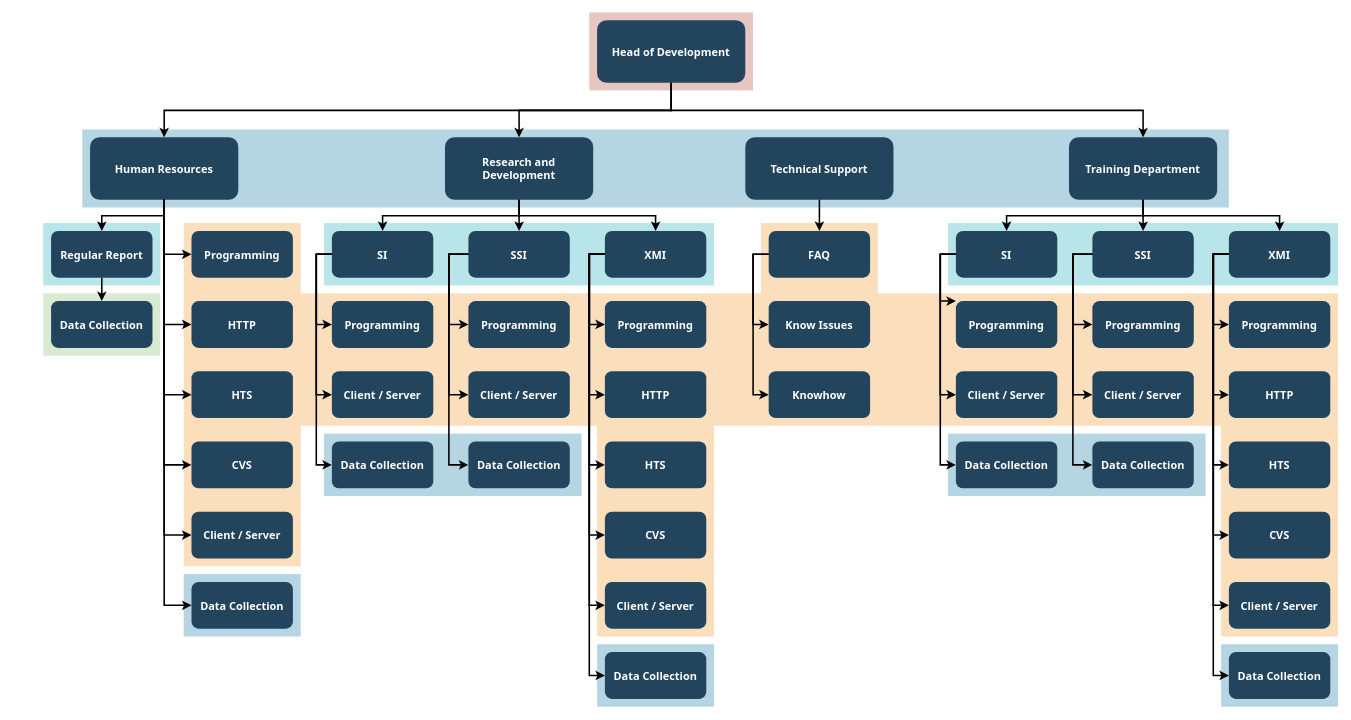
Earlier version of the draw.io diagram Untitled Diagram.drawio (LeahGly/hello-word). Source tidied: cells renumbered, new cells numbered last; positions are measured from the earlier drawing's top-left corner, leaving out a move shared by most shapes. Both pictures are drawn from the tidied source at 78%, with x=0, y=0 at pixel (43, 12).
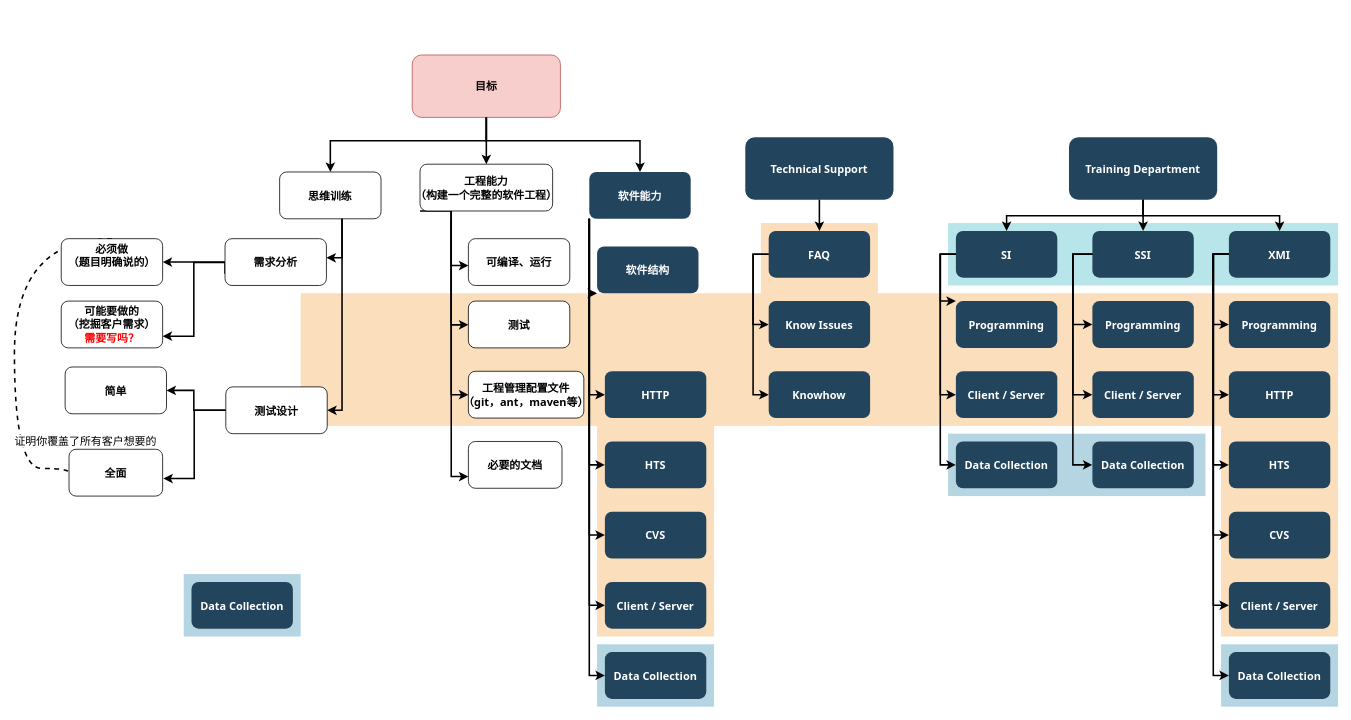
The same diagram, later.

The change refers to these unchanged cells:
```xml
<mxCell id="19" value="Training Department" style="rounded=1;fillColor=#23445D;gradientColor=none;strokeColor=none;fontColor=#FFFFFF;fontStyle=1;fontFamily=Tahoma;fontSize=14;" parent="1" vertex="1">
  <mxGeometry x="1315" y="159.5" width="190" height="80" as="geometry" />
</mxCell>
<mxCell id="31" value="Data Collection" style="rounded=1;fillColor=#23445D;gradientColor=none;strokeColor=none;fontColor=#FFFFFF;fontStyle=1;fontFamily=Tahoma;fontSize=14;" parent="1" vertex="1">
  <mxGeometry x="190" y="729.5" width="130" height="60" as="geometry" />
</mxCell>
```

The edit, as a diff of the source:
```diff
@@
-    <mxCell id="2" style="fillColor=#AE4132;strokeColor=none;opacity=30;" parent="1" vertex="1">
-      <mxGeometry x="700" y="-0.5" width="210" height="100" as="geometry" />
-    </mxCell>
-    <mxCell id="3" style="fillColor=#10739E;strokeColor=none;opacity=30;" parent="1" vertex="1">
-      <mxGeometry x="50" y="149.5" width="1470" height="100" as="geometry" />
-    </mxCell>
@@
-    <mxCell id="7" style="fillColor=#F2931E;strokeColor=none;opacity=30;" parent="1" vertex="1">
-      <mxGeometry x="180" y="269.5" width="150" height="440" as="geometry" />
-    </mxCell>
@@
-    <mxCell id="12" style="fillColor=#10739E;strokeColor=none;opacity=30;" parent="1" vertex="1">
-      <mxGeometry x="360" y="539.5" width="330" height="80" as="geometry" />
-    </mxCell>
@@
-    <mxCell id="14" style="fillColor=#D9EAD3;strokeColor=none;" parent="1" vertex="1">
-      <mxGeometry y="359.5" width="150" height="80" as="geometry" />
-    </mxCell>
@@
-    <mxCell id="16" style="fillColor=#12AAB5;strokeColor=none;opacity=30;" parent="1" vertex="1">
-      <mxGeometry x="360" y="269.5" width="500" height="80" as="geometry" />
-    </mxCell>
-    <mxCell id="17" style="fillColor=#12AAB5;strokeColor=none;opacity=30;" parent="1" vertex="1">
-      <mxGeometry y="269.5" width="150" height="80" as="geometry" />
-    </mxCell>
-    <mxCell id="18" value="Head of Development" style="rounded=1;fillColor=#23445D;gradientColor=none;strokeColor=none;fontColor=#FFFFFF;fontStyle=1;fontFamily=Tahoma;fontSize=14;" parent="1" vertex="1">
-      <mxGeometry x="710" y="9.5" width="190" height="80" as="geometry" />
-    </mxCell>
@@
-    <mxCell id="20" style="edgeStyle=elbowEdgeStyle;elbow=vertical;strokeWidth=2;rounded=0;" parent="1" edge="1" source="18" target="19">
-      <mxGeometry x="337" y="215.5" as="geometry" />
-    </mxCell>
@@
-    <mxCell id="22" value="Research and &#10;Development" style="rounded=1;fillColor=#23445D;gradientColor=none;strokeColor=none;fontColor=#FFFFFF;fontStyle=1;fontFamily=Tahoma;fontSize=14;" parent="1" vertex="1">
-      <mxGeometry x="515" y="159.5" width="190" height="80" as="geometry" />
+    <mxCell id="22" value="目标" style="rounded=1;fillColor=#f8cecc;strokeColor=#b85450;fontStyle=1;fontFamily=Tahoma;fontSize=14;" parent="1" vertex="1">
+      <mxGeometry x="473" y="54" width="190" height="80" as="geometry" />
     </mxCell>
-    <mxCell id="23" value="Human Resources" style="rounded=1;fillColor=#23445D;gradientColor=none;strokeColor=none;fontColor=#FFFFFF;fontStyle=1;fontFamily=Tahoma;fontSize=14;" parent="1" vertex="1">
-      <mxGeometry x="60" y="159.5" width="190" height="80" as="geometry" />
-    </mxCell>
-    <mxCell id="24" value="Regular Report" style="rounded=1;fillColor=#23445D;gradientColor=none;strokeColor=none;fontColor=#FFFFFF;fontStyle=1;fontFamily=Tahoma;fontSize=14;" parent="1" vertex="1">
-      <mxGeometry x="10" y="279.5" width="130" height="60" as="geometry" />
-    </mxCell>
-    <mxCell id="25" value="Data Collection" style="rounded=1;fillColor=#23445D;gradientColor=none;strokeColor=none;fontColor=#FFFFFF;fontStyle=1;fontFamily=Tahoma;fontSize=14;" parent="1" vertex="1">
-      <mxGeometry x="10" y="369.5" width="130" height="60" as="geometry" />
-    </mxCell>
-    <mxCell id="26" value="Programming" style="rounded=1;fillColor=#23445D;gradientColor=none;strokeColor=none;fontColor=#FFFFFF;fontStyle=1;fontFamily=Tahoma;fontSize=14;" parent="1" vertex="1">
-      <mxGeometry x="190" y="279.5" width="130" height="60" as="geometry" />
-    </mxCell>
-    <mxCell id="27" value="HTTP" style="rounded=1;fillColor=#23445D;gradientColor=none;strokeColor=none;fontColor=#FFFFFF;fontStyle=1;fontFamily=Tahoma;fontSize=14;" parent="1" vertex="1">
-      <mxGeometry x="190" y="369.5" width="130" height="60" as="geometry" />
-    </mxCell>
-    <mxCell id="28" value="HTS" style="rounded=1;fillColor=#23445D;gradientColor=none;strokeColor=none;fontColor=#FFFFFF;fontStyle=1;fontFamily=Tahoma;fontSize=14;" parent="1" vertex="1">
-      <mxGeometry x="190" y="459.5" width="130" height="60" as="geometry" />
-    </mxCell>
-    <mxCell id="29" value="CVS" style="rounded=1;fillColor=#23445D;gradientColor=none;strokeColor=none;fontColor=#FFFFFF;fontStyle=1;fontFamily=Tahoma;fontSize=14;" parent="1" vertex="1">
-      <mxGeometry x="190" y="549.5" width="130" height="60" as="geometry" />
-    </mxCell>
-    <mxCell id="30" value="Client / Server" style="rounded=1;fillColor=#23445D;gradientColor=none;strokeColor=none;fontColor=#FFFFFF;fontStyle=1;fontFamily=Tahoma;fontSize=14;" parent="1" vertex="1">
-      <mxGeometry x="190" y="639.5" width="130" height="60" as="geometry" />
-    </mxCell>
@@
-    <mxCell id="32" value="SI" style="rounded=1;fillColor=#23445D;gradientColor=none;strokeColor=none;fontColor=#FFFFFF;fontStyle=1;fontFamily=Tahoma;fontSize=14;" parent="1" vertex="1">
-      <mxGeometry x="370" y="279.5" width="130" height="60" as="geometry" />
+    <mxCell id="32" value="思维训练" style="rounded=1;fontStyle=1;fontFamily=Tahoma;fontSize=14;" parent="1" vertex="1">
+      <mxGeometry x="303" y="204" width="130" height="60" as="geometry" />
     </mxCell>
+    <mxCell id="108" style="edgeStyle=orthogonalEdgeStyle;rounded=0;jettySize=auto;html=1;fontSize=12;fontColor=#FF0000;strokeWidth=2;" parent="1" edge="1" source="33" target="115">
+      <mxGeometry relative="1" as="geometry" />
+    </mxCell>
+    <mxCell id="109" style="edgeStyle=orthogonalEdgeStyle;rounded=0;jettySize=auto;html=1;exitX=0;exitY=0.75;exitDx=0;exitDy=0;entryX=1;entryY=0.75;entryDx=0;entryDy=0;fontSize=14;fontColor=#000000;strokeWidth=2;" parent="1" edge="1" source="33" target="116">
+      <mxGeometry relative="1" as="geometry">
+        <Array as="points">
+          <mxPoint x="233" y="320" />
+          <mxPoint x="193" y="320" />
+          <mxPoint x="193" y="415" />
+        </Array>
+      </mxGeometry>
+    </mxCell>
-    <mxCell id="33" value="Programming" style="rounded=1;fillColor=#23445D;gradientColor=none;strokeColor=none;fontColor=#FFFFFF;fontStyle=1;fontFamily=Tahoma;fontSize=14;" parent="1" vertex="1">
-      <mxGeometry x="370" y="369.5" width="130" height="60" as="geometry" />
+    <mxCell id="33" value="需求分析" style="rounded=1;fontStyle=1;fontFamily=Tahoma;fontSize=14;" parent="1" vertex="1">
+      <mxGeometry x="233" y="289.5" width="130" height="60" as="geometry" />
     </mxCell>
+    <mxCell id="110" style="edgeStyle=orthogonalEdgeStyle;rounded=0;jettySize=auto;html=1;fontSize=14;fontColor=#FF0000;strokeWidth=2;" parent="1" edge="1" source="34" target="117">
+      <mxGeometry relative="1" as="geometry">
+        <Array as="points">
+          <mxPoint x="193" y="510" />
+          <mxPoint x="193" y="484" />
+        </Array>
+      </mxGeometry>
+    </mxCell>
+    <mxCell id="111" style="edgeStyle=orthogonalEdgeStyle;rounded=0;jettySize=auto;html=1;exitX=0;exitY=0.5;exitDx=0;exitDy=0;entryX=1.008;entryY=0.625;entryDx=0;entryDy=0;entryPerimeter=0;fontSize=14;fontColor=#000000;strokeWidth=2;" parent="1" edge="1" source="34" target="118">
+      <mxGeometry relative="1" as="geometry" />
+    </mxCell>
-    <mxCell id="34" value="Client / Server" style="rounded=1;fillColor=#23445D;gradientColor=none;strokeColor=none;fontColor=#FFFFFF;fontStyle=1;fontFamily=Tahoma;fontSize=14;" parent="1" vertex="1">
-      <mxGeometry x="370" y="459.5" width="130" height="60" as="geometry" />
+    <mxCell id="34" value="测试设计" style="rounded=1;fontStyle=1;fontFamily=Tahoma;fontSize=14;" parent="1" vertex="1">
+      <mxGeometry x="234" y="479.5" width="130" height="60" as="geometry" />
     </mxCell>
-    <mxCell id="35" value="Data Collection" style="rounded=1;fillColor=#23445D;gradientColor=none;strokeColor=none;fontColor=#FFFFFF;fontStyle=1;fontFamily=Tahoma;fontSize=14;" parent="1" vertex="1">
-      <mxGeometry x="370" y="549.5" width="130" height="60" as="geometry" />
-    </mxCell>
+    <mxCell id="112" style="edgeStyle=orthogonalEdgeStyle;rounded=0;jettySize=auto;html=1;exitX=0;exitY=1;exitDx=0;exitDy=0;entryX=0;entryY=0.75;entryDx=0;entryDy=0;fontSize=14;fontColor=#000000;strokeWidth=2;" parent="1" edge="1" source="36" target="119">
+      <mxGeometry relative="1" as="geometry">
+        <Array as="points">
+          <mxPoint x="523" y="254" />
+          <mxPoint x="523" y="595" />
+        </Array>
+      </mxGeometry>
+    </mxCell>
-    <mxCell id="36" value="SSI" style="rounded=1;fillColor=#23445D;gradientColor=none;strokeColor=none;fontColor=#FFFFFF;fontStyle=1;fontFamily=Tahoma;fontSize=14;" parent="1" vertex="1">
-      <mxGeometry x="545" y="279.5" width="130" height="60" as="geometry" />
+    <mxCell id="36" value="工程能力&#10;（构建一个完整的软件工程）" style="rounded=1;fontStyle=1;fontFamily=Tahoma;fontSize=14;" parent="1" vertex="1">
+      <mxGeometry x="483" y="194" width="170" height="60" as="geometry" />
     </mxCell>
-    <mxCell id="37" value="Programming" style="rounded=1;fillColor=#23445D;gradientColor=none;strokeColor=none;fontColor=#FFFFFF;fontStyle=1;fontFamily=Tahoma;fontSize=14;" parent="1" vertex="1">
+    <mxCell id="37" value="测试" style="rounded=1;fontStyle=1;fontFamily=Tahoma;fontSize=14;" parent="1" vertex="1">
       <mxGeometry x="545" y="369.5" width="130" height="60" as="geometry" />
     </mxCell>
-    <mxCell id="38" value="Client / Server" style="rounded=1;fillColor=#23445D;gradientColor=none;strokeColor=none;fontColor=#FFFFFF;fontStyle=1;fontFamily=Tahoma;fontSize=14;" parent="1" vertex="1">
-      <mxGeometry x="545" y="459.5" width="130" height="60" as="geometry" />
+    <mxCell id="38" value="工程管理配置文件&#10;（git，ant，maven等）" style="rounded=1;fontStyle=1;fontFamily=Tahoma;fontSize=14;" parent="1" vertex="1">
+      <mxGeometry x="545" y="459.5" width="148" height="60" as="geometry" />
     </mxCell>
-    <mxCell id="39" value="Data Collection" style="rounded=1;fillColor=#23445D;gradientColor=none;strokeColor=none;fontColor=#FFFFFF;fontStyle=1;fontFamily=Tahoma;fontSize=14;" parent="1" vertex="1">
-      <mxGeometry x="545" y="549.5" width="130" height="60" as="geometry" />
+    <mxCell id="39" value="可编译、运行" style="rounded=1;fontStyle=1;fontFamily=Tahoma;fontSize=14;" parent="1" vertex="1">
+      <mxGeometry x="545" y="289.5" width="130" height="60" as="geometry" />
     </mxCell>
-    <mxCell id="40" value="XMI" style="rounded=1;fillColor=#23445D;gradientColor=none;strokeColor=none;fontColor=#FFFFFF;fontStyle=1;fontFamily=Tahoma;fontSize=14;" parent="1" vertex="1">
-      <mxGeometry x="720" y="279.5" width="130" height="60" as="geometry" />
+    <mxCell id="40" value="软件能力" style="rounded=1;fillColor=#23445D;gradientColor=none;strokeColor=none;fontColor=#FFFFFF;fontStyle=1;fontFamily=Tahoma;fontSize=14;" parent="1" vertex="1">
+      <mxGeometry x="700" y="204" width="130" height="60" as="geometry" />
     </mxCell>
-    <mxCell id="41" value="Programming" style="rounded=1;fillColor=#23445D;gradientColor=none;strokeColor=none;fontColor=#FFFFFF;fontStyle=1;fontFamily=Tahoma;fontSize=14;" parent="1" vertex="1">
-      <mxGeometry x="720" y="369.5" width="130" height="60" as="geometry" />
+    <mxCell id="41" value="软件结构" style="rounded=1;fillColor=#23445D;gradientColor=none;strokeColor=none;fontColor=#FFFFFF;fontStyle=1;fontFamily=Tahoma;fontSize=14;" parent="1" vertex="1">
+      <mxGeometry x="710" y="299.5" width="130" height="60" as="geometry" />
     </mxCell>
@@
-    <mxCell id="65" style="edgeStyle=elbowEdgeStyle;elbow=vertical;strokeWidth=2;rounded=0;" parent="1" edge="1" source="18" target="22">
-      <mxGeometry x="347" y="225.5" as="geometry" />
-    </mxCell>
-    <mxCell id="66" style="edgeStyle=elbowEdgeStyle;elbow=vertical;strokeWidth=2;rounded=0;" parent="1" edge="1" source="18" target="23">
-      <mxGeometry x="-23" y="135.5" as="geometry" />
-    </mxCell>
-    <mxCell id="67" style="edgeStyle=elbowEdgeStyle;elbow=vertical;strokeWidth=2;rounded=0;" parent="1" edge="1" source="23" target="24">
-      <mxGeometry x="-23" y="135.5" as="geometry" />
-    </mxCell>
-    <mxCell id="68" style="edgeStyle=elbowEdgeStyle;elbow=horizontal;strokeWidth=2;rounded=0;" parent="1" edge="1" source="23" target="26">
-      <mxGeometry x="-23" y="135.5" as="geometry">
-        <Array as="points">
-          <mxPoint x="155" y="259.5" />
-        </Array>
-      </mxGeometry>
-    </mxCell>
-    <mxCell id="69" style="edgeStyle=elbowEdgeStyle;elbow=horizontal;strokeWidth=2;rounded=0;" parent="1" edge="1" source="23" target="27">
-      <mxGeometry x="-23" y="135.5" as="geometry">
-        <Array as="points">
-          <mxPoint x="155" y="299.5" />
-        </Array>
-      </mxGeometry>
-    </mxCell>
-    <mxCell id="70" style="edgeStyle=elbowEdgeStyle;elbow=horizontal;strokeWidth=2;rounded=0;" parent="1" edge="1" source="23" target="28">
-      <mxGeometry x="-23" y="135.5" as="geometry">
-        <Array as="points">
-          <mxPoint x="155" y="349.5" />
-        </Array>
-      </mxGeometry>
-    </mxCell>
-    <mxCell id="71" style="edgeStyle=elbowEdgeStyle;elbow=horizontal;strokeWidth=2;rounded=0;" parent="1" edge="1" source="23" target="29">
-      <mxGeometry x="-23" y="135.5" as="geometry">
-        <Array as="points">
-          <mxPoint x="155" y="399.5" />
-        </Array>
-      </mxGeometry>
-    </mxCell>
-    <mxCell id="72" style="edgeStyle=elbowEdgeStyle;elbow=horizontal;strokeWidth=2;rounded=0;" parent="1" edge="1" source="23" target="30">
-      <mxGeometry x="-23" y="135.5" as="geometry">
-        <Array as="points">
-          <mxPoint x="155" y="439.5" />
-        </Array>
-      </mxGeometry>
-    </mxCell>
-    <mxCell id="73" style="edgeStyle=elbowEdgeStyle;elbow=horizontal;strokeWidth=2;rounded=0;" parent="1" edge="1" source="23" target="31">
-      <mxGeometry x="-23" y="135.5" as="geometry">
-        <Array as="points">
-          <mxPoint x="155" y="489.5" />
-        </Array>
-      </mxGeometry>
-    </mxCell>
     <mxCell id="74" style="edgeStyle=elbowEdgeStyle;elbow=horizontal;strokeWidth=2;rounded=0;" parent="1" edge="1" source="32" target="33">
       <mxGeometry x="-23" y="135.5" as="geometry">
         <Array as="points">
+          <mxPoint x="383" y="314" />
           <mxPoint x="350" y="359.5" />
         </Array>
       </mxGeometry>
     </mxCell>
     <mxCell id="75" style="edgeStyle=elbowEdgeStyle;elbow=horizontal;strokeWidth=2;rounded=0;" parent="1" edge="1" source="32" target="34">
       <mxGeometry x="-23" y="135.5" as="geometry">
         <Array as="points">
+          <mxPoint x="383" y="294" />
+          <mxPoint x="333" y="334" />
           <mxPoint x="350" y="399.5" />
         </Array>
       </mxGeometry>
     </mxCell>
-    <mxCell id="76" style="edgeStyle=elbowEdgeStyle;elbow=horizontal;strokeWidth=2;rounded=0;" parent="1" edge="1" source="32" target="35">
-      <mxGeometry x="-23" y="135.5" as="geometry">
-        <Array as="points">
-          <mxPoint x="350" y="439.5" />
-        </Array>
-      </mxGeometry>
-    </mxCell>
     <mxCell id="77" style="edgeStyle=elbowEdgeStyle;elbow=horizontal;strokeWidth=2;rounded=0;" parent="1" edge="1" source="36" target="37">
       <mxGeometry x="-23" y="135.5" as="geometry">
         <Array as="points">
-          <mxPoint x="520" y="359.5" />
+          <mxPoint x="523" y="400" />
         </Array>
       </mxGeometry>
     </mxCell>
     <mxCell id="78" style="edgeStyle=elbowEdgeStyle;elbow=horizontal;strokeWidth=2;rounded=0;" parent="1" edge="1" source="36" target="38">
       <mxGeometry x="-23" y="135.5" as="geometry">
         <Array as="points">
+          <mxPoint x="523" y="434" />
           <mxPoint x="520" y="399.5" />
         </Array>
       </mxGeometry>
     </mxCell>
-    <mxCell id="79" style="edgeStyle=elbowEdgeStyle;elbow=horizontal;strokeWidth=2;rounded=0;" parent="1" edge="1" source="36" target="39">
+    <mxCell id="79" style="edgeStyle=elbowEdgeStyle;elbow=horizontal;strokeWidth=2;rounded=0;" parent="1" edge="1" target="39">
       <mxGeometry x="-23" y="135.5" as="geometry">
+        <mxPoint x="523" y="264" as="sourcePoint" />
         <Array as="points">
+          <mxPoint x="523" y="324" />
+          <mxPoint x="523" y="284" />
           <mxPoint x="520" y="439.5" />
         </Array>
       </mxGeometry>
     </mxCell>
@@
     <mxCell id="100" style="edgeStyle=elbowEdgeStyle;elbow=vertical;strokeWidth=2;rounded=0;" parent="1" edge="1" source="22" target="32">
-      <mxGeometry x="-23" y="135.5" as="geometry" />
+      <mxGeometry x="-23" y="135.5" as="geometry">
+        <Array as="points">
+          <mxPoint x="568" y="164" />
+        </Array>
+      </mxGeometry>
     </mxCell>
     <mxCell id="101" style="edgeStyle=elbowEdgeStyle;elbow=vertical;strokeWidth=2;rounded=0;" parent="1" edge="1" source="22" target="36">
-      <mxGeometry x="-23" y="135.5" as="geometry" />
+      <mxGeometry x="-23" y="135.5" as="geometry">
+        <Array as="points">
+          <mxPoint x="568" y="234" />
+        </Array>
+      </mxGeometry>
     </mxCell>
     <mxCell id="102" style="edgeStyle=elbowEdgeStyle;elbow=vertical;strokeWidth=2;rounded=0;" parent="1" edge="1" source="22" target="40">
-      <mxGeometry x="-23" y="135.5" as="geometry" />
+      <mxGeometry x="-23" y="135.5" as="geometry">
+        <Array as="points">
+          <mxPoint x="673" y="164" />
+        </Array>
+      </mxGeometry>
     </mxCell>
@@
-    <mxCell id="107" style="edgeStyle=elbowEdgeStyle;elbow=vertical;rounded=0;strokeWidth=2;" parent="1" edge="1" source="24" target="25">
-      <mxGeometry x="-23" y="135.5" as="geometry" />
-    </mxCell>
+    <mxCell id="113" style="edgeStyle=orthogonalEdgeStyle;jettySize=auto;html=1;exitX=0.5;exitY=0;exitDx=0;exitDy=0;fontSize=14;fontColor=#000000;strokeWidth=2;endArrow=none;endFill=0;dashed=1;curved=1;entryX=0;entryY=0.5;entryDx=0;entryDy=0;" parent="1" edge="1" source="115" target="118">
+      <mxGeometry relative="1" as="geometry">
+        <Array as="points">
+          <mxPoint x="-37" y="290" />
+          <mxPoint x="-37" y="584" />
+          <mxPoint x="33" y="584" />
+        </Array>
+      </mxGeometry>
+    </mxCell>
+    <mxCell id="114" value="证明你覆盖了所有客户想要的&lt;br&gt;" style="edgeLabel;html=1;align=center;verticalAlign=middle;fontSize=14;fontColor=#000000;" parent="113" vertex="1">
+      <mxGeometry x="-0.24" y="11" relative="1" as="geometry">
+        <mxPoint x="79" y="196" as="offset" />
+      </mxGeometry>
+    </mxCell>
+    <mxCell id="115" value="必须做&#10;（题目明确说的）&#10;" style="rounded=1;fontStyle=1;fontFamily=Tahoma;fontSize=14;" parent="1" vertex="1">
+      <mxGeometry x="23" y="289.5" width="130" height="60" as="geometry" />
+    </mxCell>
+    <mxCell id="116" value="可能要做的&lt;br&gt;（挖掘客户需求）&lt;br&gt;&lt;font color=&quot;#ff0000&quot;&gt;需要写吗？&lt;/font&gt;" style="rounded=1;whiteSpace=wrap;html=1;fontSize=14;fontColor=default;fontStyle=1;" parent="1" vertex="1">
+      <mxGeometry x="23" y="369.5" width="130" height="60" as="geometry" />
+    </mxCell>
+    <mxCell id="117" value="简单" style="rounded=1;fontStyle=1;fontFamily=Tahoma;fontSize=14;" parent="1" vertex="1">
+      <mxGeometry x="28" y="454" width="130" height="60" as="geometry" />
+    </mxCell>
+    <mxCell id="118" value="&lt;font color=&quot;#000000&quot;&gt;&lt;span style=&quot;caret-color: rgb(0, 0, 0);&quot;&gt;&lt;b&gt;全面&lt;/b&gt;&lt;/span&gt;&lt;/font&gt;" style="rounded=1;whiteSpace=wrap;html=1;fontSize=14;fontColor=#FF0000;" parent="1" vertex="1">
+      <mxGeometry x="33" y="559.5" width="120" height="60" as="geometry" />
+    </mxCell>
+    <mxCell id="119" value="&lt;b&gt;必要的文档&lt;/b&gt;" style="rounded=1;whiteSpace=wrap;html=1;fontSize=14;fontColor=#000000;" parent="1" vertex="1">
+      <mxGeometry x="545" y="549.5" width="120" height="60" as="geometry" />
+    </mxCell>
```
